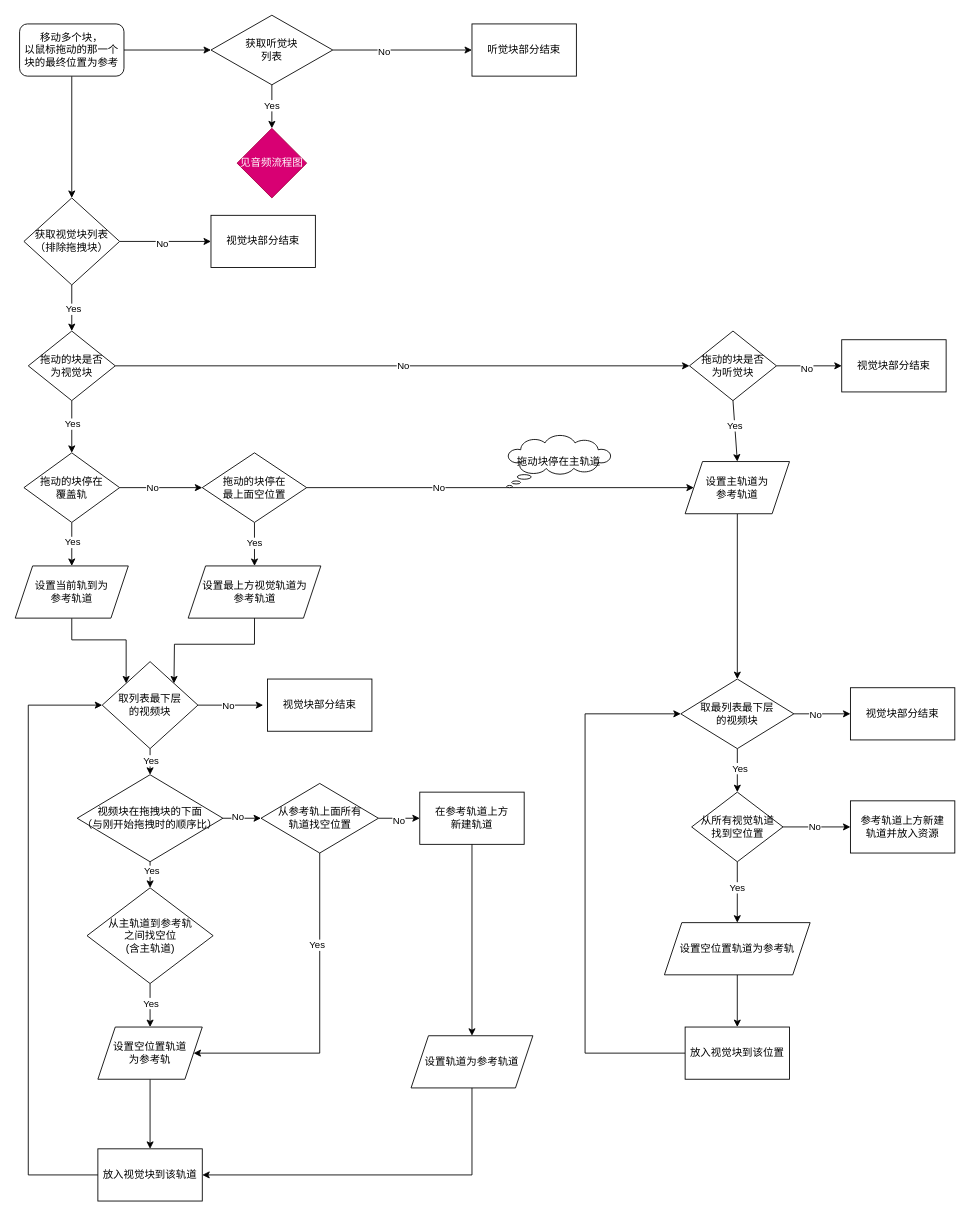
Before: page "多块移动-视觉块" (4 of 4) of drag flow.drawio in macfanr/drawio, a draw.io diagram. Source tidied: cells renumbered, new cells numbered last; positions are measured from the earlier drawing's top-left corner, leaving out a move shared by most shapes. Both pictures are drawn from the tidied source at 87%, with x=0, y=0 at pixel (15, 15).
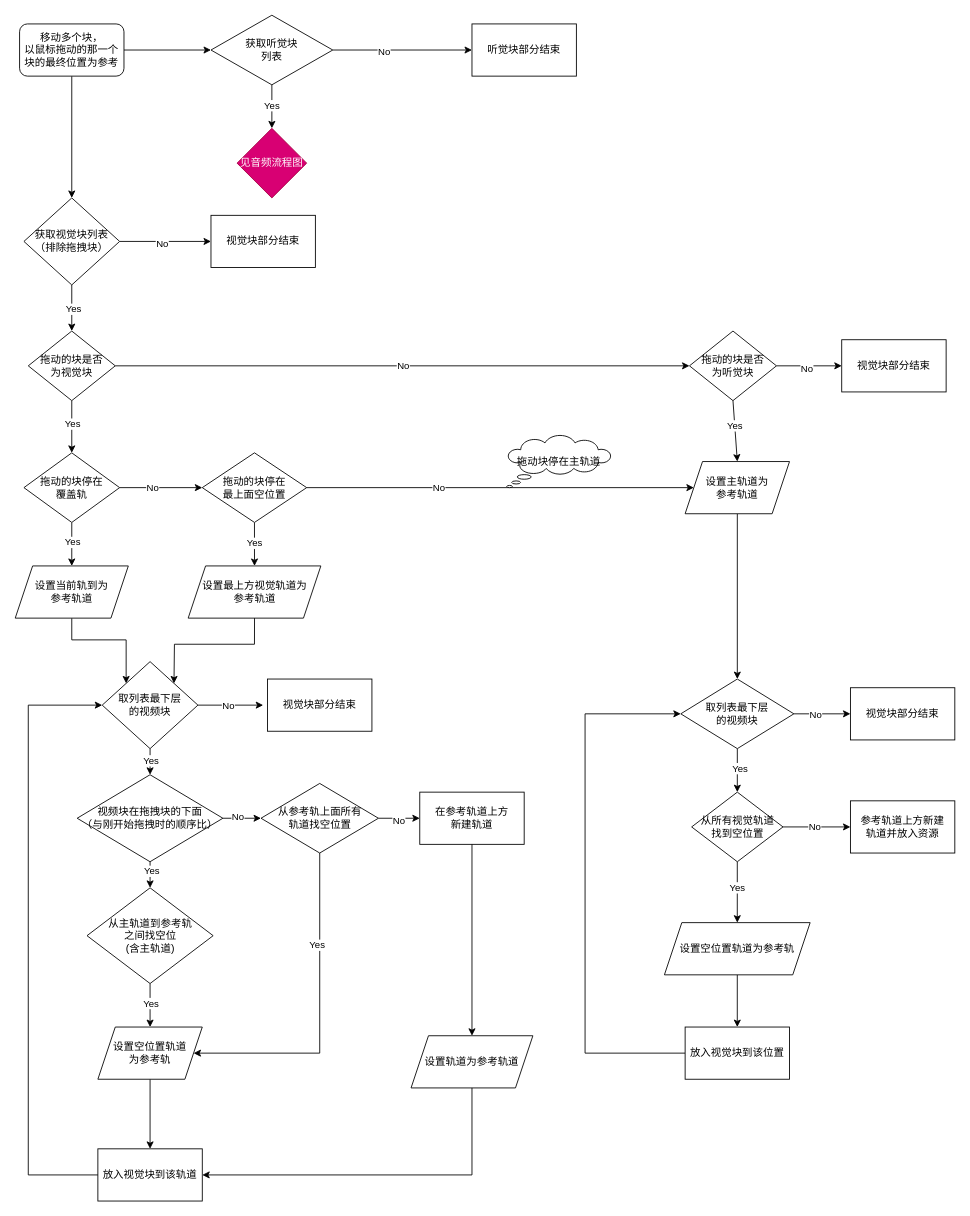
Above is the later version.

Change to the diagram source:
```diff
@@
-    <mxCell id="29" value="取最列表最下层&lt;br&gt;的视频块" style="rhombus;whiteSpace=wrap;html=1;rounded=0;" parent="1" vertex="1">
+    <mxCell id="29" value="取列表最下层&lt;br&gt;的视频块" style="rhombus;whiteSpace=wrap;html=1;rounded=0;" parent="1" vertex="1">
       <mxGeometry x="765" y="763" width="130" height="80" as="geometry" />
     </mxCell>
```
